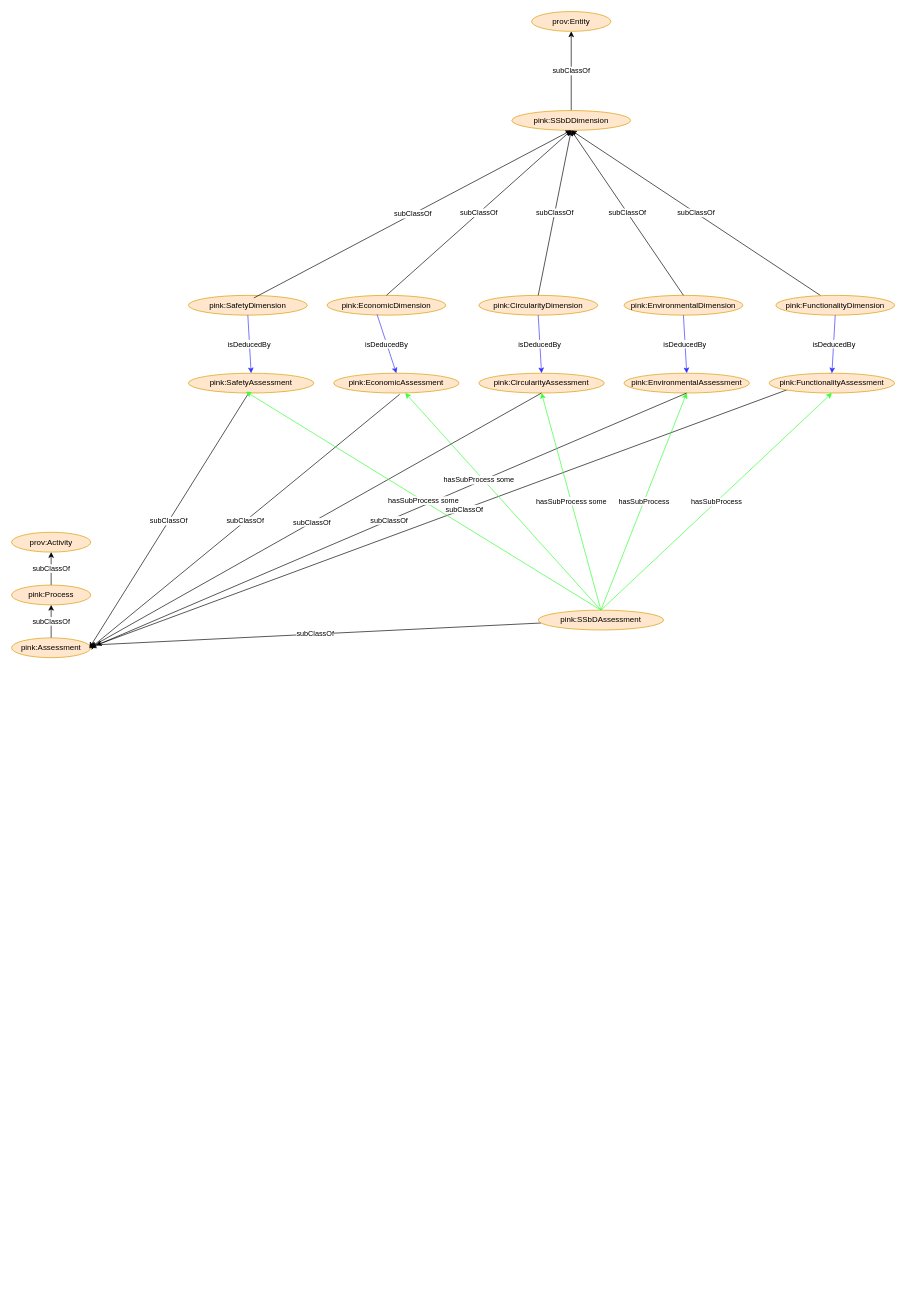
The draw.io diagram page "ssbd" (7 of 7) of docs/figs/figures.drawio in PINK-project/PINK-annotation-schema, before the edit. Source tidied: cells renumbered, new cells numbered last; positions are measured from the earlier drawing's top-left corner, leaving out a move shared by most shapes. Both pictures are drawn from the tidied source at 66%, with x=0, y=0 at pixel (11, 11).
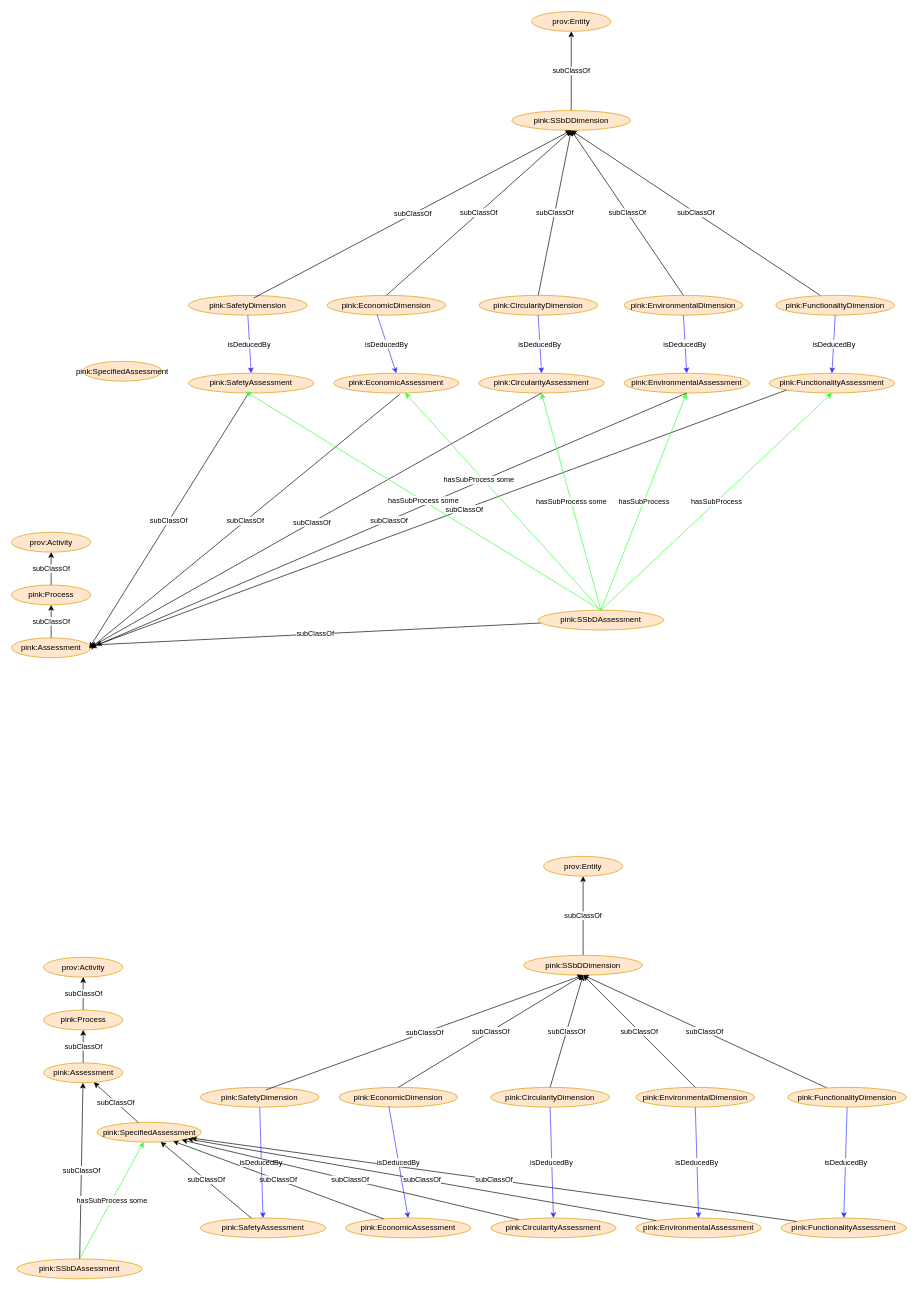
Above is the later version.

Change to the diagram source:
```diff
@@
+    <mxCell id="42" value="pink:SpecifiedAssessment" style="ellipse;whiteSpace=wrap;html=1;fillColor=#ffe6cc;strokeColor=#d79b00;" parent="1" vertex="1">
+      <mxGeometry x="108" y="530" width="120" height="30" as="geometry" />
+    </mxCell>
+    <mxCell id="43" value="prov:Entity" style="ellipse;whiteSpace=wrap;html=1;fillColor=#ffe6cc;strokeColor=#d79b00;" parent="1" vertex="1">
+      <mxGeometry x="806" y="1280" width="120" height="30" as="geometry" />
+    </mxCell>
+    <mxCell id="44" value="prov:Activity" style="ellipse;whiteSpace=wrap;html=1;fillColor=#ffe6cc;strokeColor=#d79b00;" parent="1" vertex="1">
+      <mxGeometry x="48.5" y="1433" width="120" height="30" as="geometry" />
+    </mxCell>
+    <mxCell id="45" value="subClassOf" style="edgeStyle=orthogonalEdgeStyle;rounded=0;jettySize=auto;html=1;exitX=0.5;exitY=0;exitDx=0;exitDy=0;entryX=0.5;entryY=1;entryDx=0;entryDy=0;" parent="1" edge="1" source="46" target="44">
+      <mxGeometry relative="1" as="geometry" />
+    </mxCell>
+    <mxCell id="46" value="pink:Process" style="ellipse;whiteSpace=wrap;html=1;fillColor=#ffe6cc;strokeColor=#d79b00;" parent="1" vertex="1">
+      <mxGeometry x="48.5" y="1513" width="120" height="30" as="geometry" />
+    </mxCell>
+    <mxCell id="47" value="subClassOf" style="edgeStyle=orthogonalEdgeStyle;rounded=0;jettySize=auto;html=1;exitX=0.5;exitY=0;exitDx=0;exitDy=0;entryX=0.5;entryY=1;entryDx=0;entryDy=0;" parent="1" edge="1" source="48" target="46">
+      <mxGeometry relative="1" as="geometry" />
+    </mxCell>
+    <mxCell id="48" value="pink:Assessment" style="ellipse;whiteSpace=wrap;html=1;fillColor=#ffe6cc;strokeColor=#d79b00;" parent="1" vertex="1">
+      <mxGeometry x="48.5" y="1593" width="120" height="30" as="geometry" />
+    </mxCell>
+    <mxCell id="49" value="pink:FunctionalityAssessment" style="ellipse;whiteSpace=wrap;html=1;fillColor=#ffe6cc;strokeColor=#d79b00;" parent="1" vertex="1">
+      <mxGeometry x="1166" y="1828" width="190" height="30" as="geometry" />
+    </mxCell>
+    <mxCell id="50" value="pink:EnvironmentalAssessment" style="ellipse;whiteSpace=wrap;html=1;fillColor=#ffe6cc;strokeColor=#d79b00;" parent="1" vertex="1">
+      <mxGeometry x="946" y="1828" width="190" height="30" as="geometry" />
+    </mxCell>
+    <mxCell id="51" value="pink:CircularityAssessment" style="ellipse;whiteSpace=wrap;html=1;fillColor=#ffe6cc;strokeColor=#d79b00;" parent="1" vertex="1">
+      <mxGeometry x="726" y="1828" width="190" height="30" as="geometry" />
+    </mxCell>
+    <mxCell id="52" value="pink:EconomicAssessment" style="ellipse;whiteSpace=wrap;html=1;fillColor=#ffe6cc;strokeColor=#d79b00;" parent="1" vertex="1">
+      <mxGeometry x="506" y="1828" width="190" height="30" as="geometry" />
+    </mxCell>
+    <mxCell id="53" value="pink:SafetyAssessment" style="ellipse;whiteSpace=wrap;html=1;fillColor=#ffe6cc;strokeColor=#d79b00;" parent="1" vertex="1">
+      <mxGeometry x="286" y="1828" width="190" height="30" as="geometry" />
+    </mxCell>
+    <mxCell id="54" value="subClassOf" style="rounded=0;jettySize=auto;html=1;" parent="1" edge="1" source="49" target="77">
+      <mxGeometry relative="1" as="geometry" />
+    </mxCell>
+    <mxCell id="55" value="subClassOf" style="rounded=0;jettySize=auto;html=1;" parent="1" edge="1" source="52" target="77">
+      <mxGeometry relative="1" as="geometry" />
+    </mxCell>
+    <mxCell id="56" value="subClassOf" style="rounded=0;jettySize=auto;html=1;" parent="1" edge="1" source="53" target="77">
+      <mxGeometry relative="1" as="geometry" />
+    </mxCell>
+    <mxCell id="57" value="subClassOf" style="rounded=0;jettySize=auto;html=1;" parent="1" edge="1" source="58" target="48">
+      <mxGeometry relative="1" as="geometry" />
+    </mxCell>
+    <mxCell id="58" value="pink:SSbDAssessment" style="ellipse;whiteSpace=wrap;html=1;fillColor=#ffe6cc;strokeColor=#d79b00;" parent="1" vertex="1">
+      <mxGeometry x="8" y="1890" width="190" height="30" as="geometry" />
+    </mxCell>
+    <mxCell id="59" value="hasSubProcess some" style="rounded=0;jettySize=auto;html=1;strokeColor=#33FF33;exitX=0.5;exitY=0;exitDx=0;exitDy=0;" parent="1" edge="1" source="58" target="77">
+      <mxGeometry relative="1" as="geometry" />
+    </mxCell>
+    <mxCell id="60" value="subClassOf" style="rounded=0;jettySize=auto;html=1;entryX=0.5;entryY=1;entryDx=0;entryDy=0;" parent="1" edge="1" source="61" target="43">
+      <mxGeometry relative="1" as="geometry" />
+    </mxCell>
+    <mxCell id="61" value="pink:SSbDDimension" style="ellipse;whiteSpace=wrap;html=1;fillColor=#ffe6cc;strokeColor=#d79b00;" parent="1" vertex="1">
+      <mxGeometry x="776" y="1430" width="180" height="30" as="geometry" />
+    </mxCell>
+    <mxCell id="62" value="subClassOf" style="rounded=0;jettySize=auto;html=1;entryX=0.5;entryY=1;entryDx=0;entryDy=0;" parent="1" edge="1" source="63" target="61">
+      <mxGeometry relative="1" as="geometry" />
+    </mxCell>
+    <mxCell id="63" value="pink:FunctionalityDimension" style="ellipse;whiteSpace=wrap;html=1;fillColor=#ffe6cc;strokeColor=#d79b00;" parent="1" vertex="1">
+      <mxGeometry x="1176" y="1630" width="180" height="30" as="geometry" />
+    </mxCell>
+    <mxCell id="64" value="pink:EconomicDimension" style="ellipse;whiteSpace=wrap;html=1;fillColor=#ffe6cc;strokeColor=#d79b00;" parent="1" vertex="1">
+      <mxGeometry x="496" y="1630" width="180" height="30" as="geometry" />
+    </mxCell>
+    <mxCell id="65" value="pink:SafetyDimension" style="ellipse;whiteSpace=wrap;html=1;fillColor=#ffe6cc;strokeColor=#d79b00;" parent="1" vertex="1">
+      <mxGeometry x="286" y="1630" width="180" height="30" as="geometry" />
+    </mxCell>
+    <mxCell id="66" value="pink:CircularityDimension" style="ellipse;whiteSpace=wrap;html=1;fillColor=#ffe6cc;strokeColor=#d79b00;" parent="1" vertex="1">
+      <mxGeometry x="726" y="1630" width="180" height="30" as="geometry" />
+    </mxCell>
+    <mxCell id="67" value="pink:EnvironmentalDimension" style="ellipse;whiteSpace=wrap;html=1;fillColor=#ffe6cc;strokeColor=#d79b00;" parent="1" vertex="1">
+      <mxGeometry x="946" y="1630" width="180" height="30" as="geometry" />
+    </mxCell>
+    <mxCell id="68" value="subClassOf" style="rounded=0;jettySize=auto;html=1;exitX=0.55;exitY=0.133;exitDx=0;exitDy=0;exitPerimeter=0;entryX=0.5;entryY=1;entryDx=0;entryDy=0;" parent="1" edge="1" source="65" target="61">
+      <mxGeometry relative="1" as="geometry" />
+    </mxCell>
+    <mxCell id="69" value="subClassOf" style="rounded=0;jettySize=auto;html=1;exitX=0.5;exitY=0;exitDx=0;exitDy=0;entryX=0.5;entryY=1;entryDx=0;entryDy=0;" parent="1" edge="1" source="67" target="61">
+      <mxGeometry relative="1" as="geometry" />
+    </mxCell>
+    <mxCell id="70" value="subClassOf" style="rounded=0;jettySize=auto;html=1;entryX=0.5;entryY=1;entryDx=0;entryDy=0;exitX=0.5;exitY=0;exitDx=0;exitDy=0;" parent="1" edge="1" source="66" target="61">
+      <mxGeometry relative="1" as="geometry" />
+    </mxCell>
+    <mxCell id="71" value="subClassOf" style="rounded=0;jettySize=auto;html=1;exitX=0.5;exitY=0;exitDx=0;exitDy=0;entryX=0.5;entryY=1;entryDx=0;entryDy=0;" parent="1" edge="1" source="64" target="61">
+      <mxGeometry relative="1" as="geometry" />
+    </mxCell>
+    <mxCell id="72" value="isDeducedBy" style="rounded=0;jettySize=auto;html=1;strokeColor=#3333FF;entryX=0.5;entryY=0;entryDx=0;entryDy=0;fillColor=#FF0080;exitX=0.5;exitY=1;exitDx=0;exitDy=0;" parent="1" edge="1" source="63" target="49">
+      <mxGeometry relative="1" as="geometry" />
+    </mxCell>
+    <mxCell id="73" value="isDeducedBy" style="rounded=0;jettySize=auto;html=1;strokeColor=#3333FF;entryX=0.5;entryY=0;entryDx=0;entryDy=0;fillColor=#FF0080;exitX=0.5;exitY=1;exitDx=0;exitDy=0;" parent="1" edge="1" source="67" target="50">
+      <mxGeometry relative="1" as="geometry" />
+    </mxCell>
+    <mxCell id="74" value="isDeducedBy" style="rounded=0;jettySize=auto;html=1;strokeColor=#3333FF;entryX=0.5;entryY=0;entryDx=0;entryDy=0;fillColor=#FF0080;exitX=0.5;exitY=1;exitDx=0;exitDy=0;" parent="1" edge="1" source="66" target="51">
+      <mxGeometry relative="1" as="geometry" />
+    </mxCell>
+    <mxCell id="75" value="isDeducedBy" style="rounded=0;jettySize=auto;html=1;strokeColor=#3333FF;entryX=0.5;entryY=0;entryDx=0;entryDy=0;fillColor=#FF0080;exitX=0.421;exitY=0.962;exitDx=0;exitDy=0;exitPerimeter=0;" parent="1" edge="1" source="64" target="52">
+      <mxGeometry relative="1" as="geometry" />
+    </mxCell>
+    <mxCell id="76" value="isDeducedBy" style="rounded=0;jettySize=auto;html=1;strokeColor=#3333FF;entryX=0.5;entryY=0;entryDx=0;entryDy=0;fillColor=#FF0080;exitX=0.5;exitY=1;exitDx=0;exitDy=0;" parent="1" edge="1" source="65" target="53">
+      <mxGeometry relative="1" as="geometry" />
+    </mxCell>
+    <mxCell id="77" value="pink:SpecifiedAssessment" style="ellipse;whiteSpace=wrap;html=1;fillColor=#ffe6cc;strokeColor=#d79b00;" parent="1" vertex="1">
+      <mxGeometry x="129.5" y="1683" width="158" height="30" as="geometry" />
+    </mxCell>
+    <mxCell id="78" value="subClassOf" style="rounded=0;jettySize=auto;html=1;" parent="1" edge="1" source="77" target="48">
+      <mxGeometry relative="1" as="geometry" />
+    </mxCell>
+    <mxCell id="79" value="subClassOf" style="rounded=0;jettySize=auto;html=1;" parent="1" edge="1" source="51" target="77">
+      <mxGeometry relative="1" as="geometry" />
+    </mxCell>
+    <mxCell id="80" value="subClassOf" style="rounded=0;jettySize=auto;html=1;" parent="1" edge="1" source="50" target="77">
+      <mxGeometry relative="1" as="geometry" />
+    </mxCell>
```
